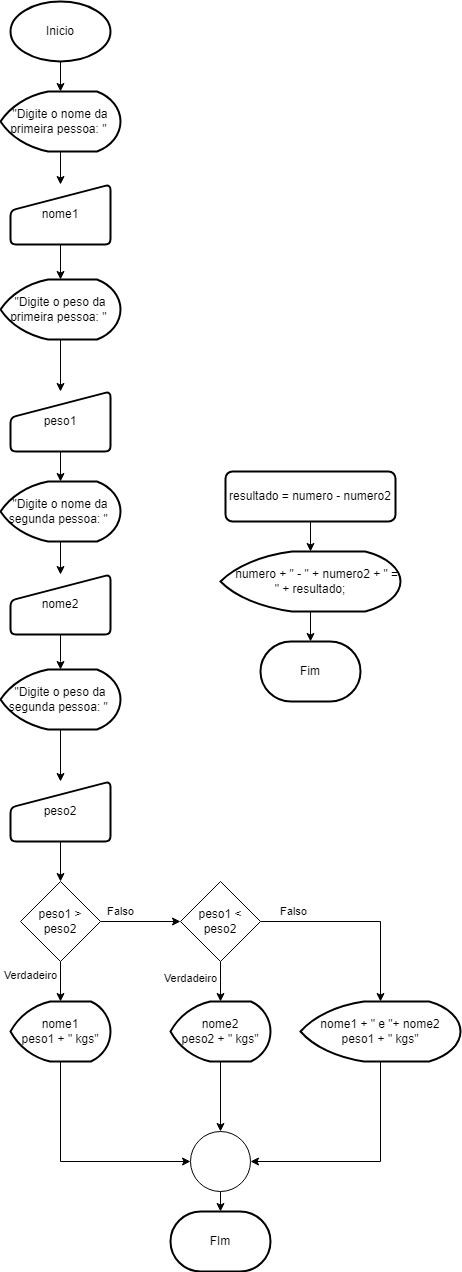
Above: 2 - obeso.png in MatheusKan/atividadeJS_SE (draw.io), before the change. Source tidied: cells renumbered, new cells last; positions are measured from the earlier drawing's top-left corner, leaving out a move shared by most shapes.
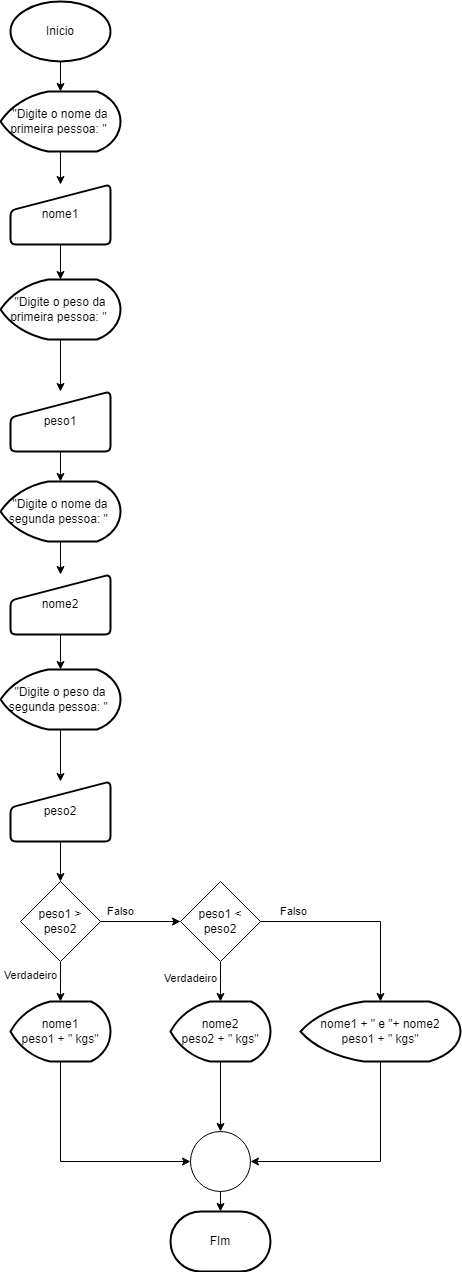
Above is the later version.

The edit, as a diff of the source:
```diff
@@ -11,9 +11,6 @@
     <mxCell id="4" value="peso1" style="html=1;strokeWidth=2;shape=manualInput;whiteSpace=wrap;rounded=1;size=26;arcSize=11;" parent="1" vertex="1">
       <mxGeometry x="10" y="390" width="100" height="60" as="geometry" />
     </mxCell>
-    <mxCell id="5" value="Fim" style="strokeWidth=2;html=1;shape=mxgraph.flowchart.terminator;whiteSpace=wrap;" parent="1" vertex="1">
-      <mxGeometry x="260" y="640" width="100" height="60" as="geometry" />
-    </mxCell>
     <mxCell id="6" style="edgeStyle=orthogonalEdgeStyle;rounded=0;jettySize=auto;html=1;" parent="1" edge="1" source="7" target="9">
       <mxGeometry relative="1" as="geometry" />
     </mxCell>
@@ -32,18 +29,6 @@
     <mxCell id="11" value="nome1" style="html=1;strokeWidth=2;shape=manualInput;whiteSpace=wrap;rounded=1;size=26;arcSize=11;" parent="1" vertex="1">
       <mxGeometry x="10" y="183" width="100" height="60" as="geometry" />
     </mxCell>
-    <mxCell id="12" style="edgeStyle=orthogonalEdgeStyle;rounded=0;jettySize=auto;html=1;" parent="1" edge="1" source="13" target="15">
-      <mxGeometry relative="1" as="geometry" />
-    </mxCell>
-    <mxCell id="13" value="resultado = numero - numero2" style="rounded=1;whiteSpace=wrap;html=1;absoluteArcSize=1;arcSize=14;strokeWidth=2;" parent="1" vertex="1">
-      <mxGeometry x="225" y="470" width="170" height="50" as="geometry" />
-    </mxCell>
-    <mxCell id="14" style="edgeStyle=orthogonalEdgeStyle;rounded=0;jettySize=auto;html=1;" parent="1" edge="1" source="15" target="5">
-      <mxGeometry relative="1" as="geometry" />
-    </mxCell>
-    <mxCell id="15" value="&lt;span style=&quot;&quot;&gt;&lt;span style=&quot;&quot;&gt;&amp;nbsp;&amp;nbsp;&amp;nbsp;&amp;nbsp;&lt;/span&gt;&lt;/span&gt;numero + &quot; - &quot; + numero2 + &quot; = &quot; + resultado;" style="strokeWidth=2;html=1;shape=mxgraph.flowchart.display;whiteSpace=wrap;" parent="1" vertex="1">
-      <mxGeometry x="220" y="550" width="180" height="60" as="geometry" />
-    </mxCell>
     <mxCell id="16" style="edgeStyle=orthogonalEdgeStyle;rounded=0;jettySize=auto;html=1;" parent="1" edge="1" source="17" target="19">
       <mxGeometry relative="1" as="geometry" />
     </mxCell>
```
